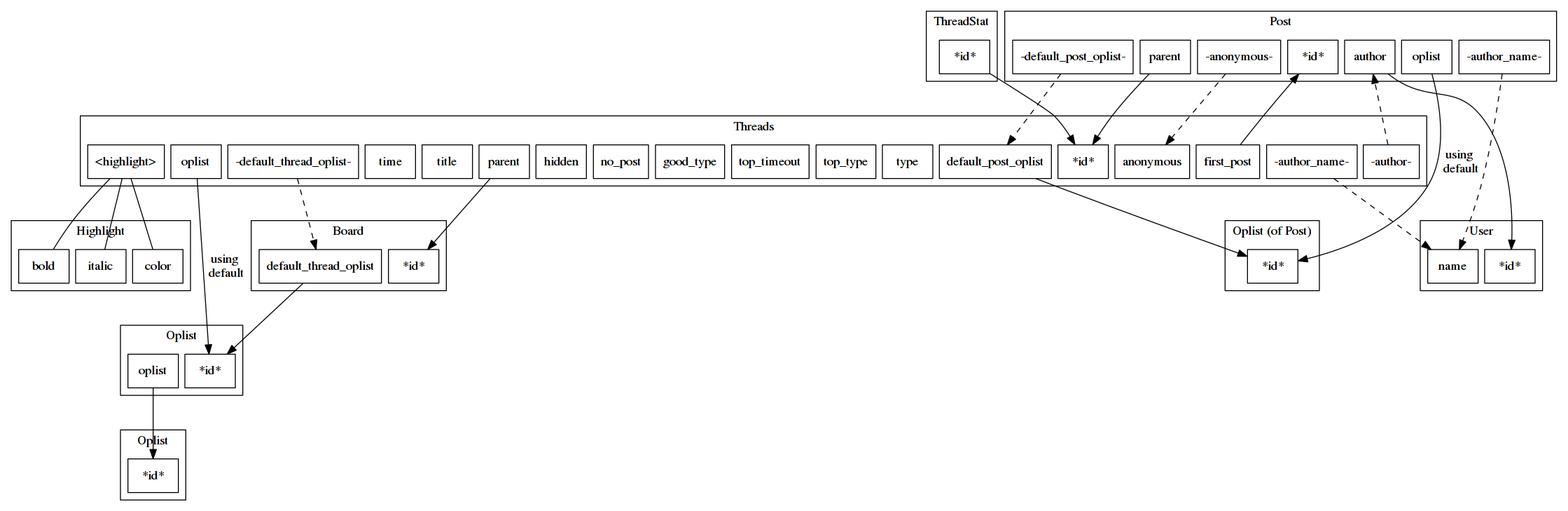
cc98-frontend-development/API keeps this Graphviz diagram as pages/graph/erd/threads.png. Above is the earlier version. Its source is kept beside it as pages/graph/erd/threads.dot. Its diagram source:
```dot
strict digraph g {
	node [ shape = box ];
	nodesep = 0.1;
	ranksep = 1;

	subgraph cluster_thread {
		label = "Threads";
		node_a_thread_id                    [ label = "*id*" ];
		node_a_thread_parent                [ label = "parent" ];
		node_a_thread_oplist                [ label = "oplist" ];
		node_a_thread_default_thread_oplist [ label = "-default_thread_oplist-" ];
		node_a_thread_default_post_oplist   [ label = "default_post_oplist" ];
		node_a_thread_first_post            [ label = "first_post" ];
		node_a_thread_type                  [ label = "type" ];
		node_a_thread_top_type              [ label = "top_type" ];
		node_a_thread_top_timeout           [ label = "top_timeout" ];
		node_a_thread_good_type             [ label = "good_type" ];
		node_a_thread_no_post               [ label = "no_post" ];
		node_a_thread_hidden                [ label = "hidden" ];
		node_a_thread_anonymous             [ label = "anonymous" ];
		node_a_thread_title                 [ label = "title" ];
		node_a_thread_time                  [ label = "time" ];
		node_a_thread_highlight             [ label = "<highlight>" ];
		node_a_thread_author                [ label = "-author-" ];
		node_a_thread_author_name           [ label = "-author_name-" ];
	}

	subgraph cluster_thread_stat {
		label = "ThreadStat";
		node_a_thread_stat_id [ label = "*id*" ];
	}

	subgraph cluster_highlight {
		label = "Highlight"
		node_a_highlight_color  [ label = "color" ];
		node_a_highlight_bold   [ label = "bold" ];
		node_a_highlight_italic [ label = "italic" ];
	}

	subgraph cluster_board {
		label = "Board";
		node_a_board_id [ label = "*id*" ];
		node_a_board_default_thread_oplist [ label = "default_thread_oplist" ];
	}

	subgraph cluster_post {
		label = "Post";
		node_a_post_id                  [ label = "*id*" ];
		node_a_post_parent              [ label = "parent" ];
		node_a_post_oplist              [ label = "oplist" ];
		node_a_post_default_post_oplist [ label = "-default_post_oplist-" ];
		node_a_post_anonymous           [ label = "-anonymous-" ];
		node_a_post_author              [ label = "author" ];
		node_a_post_author_name         [ label = "-author_name-" ];
	}

	subgraph cluster_oplist {
		label = "Oplist";
		node_a_oplist_id     [ label = "*id*" ];
		node_a_oplist_oplist [ label = "oplist" ];
	}

	subgraph cluster_oplist_2 {
		label = "Oplist";
		node_a_oplist_id_2 [ label = "*id*" ];
	}

	subgraph cluster_oplist_3 {
		label = "Oplist (of Post)";
		node_a_oplist_id_3 [ label = "*id*" ];
	}

	subgraph cluster_user {
		label = "User";
		node_a_user_id   [ label = "*id*" ];
		node_a_user_name [ label = "name" ];
	}

	node_a_thread_first_post -> node_a_post_id;
	node_a_thread_parent -> node_a_board_id;
	node_a_thread_oplist -> node_a_oplist_id [ label = "using\n default" ];
	node_a_thread_default_thread_oplist -> node_a_board_default_thread_oplist [ style = dashed ];
	node_a_thread_default_post_oplist -> node_a_oplist_id_3;
	node_a_thread_author -> node_a_post_author [ style = dashed ];
	node_a_thread_author_name -> node_a_user_name [ style = dashed ];

	node_a_thread_highlight -> node_a_highlight_color  [ arrowhead = none ];
	node_a_thread_highlight -> node_a_highlight_bold   [ arrowhead = none ];
	node_a_thread_highlight -> node_a_highlight_italic [ arrowhead = none ];

	node_a_post_parent -> node_a_thread_id;
	node_a_post_anonymous -> node_a_thread_anonymous [style = dashed ];
	node_a_post_oplist -> node_a_oplist_id_3 [ label = "using\n default" ];
	node_a_post_default_post_oplist -> node_a_thread_default_post_oplist [ style = dashed ];

	node_a_oplist_oplist -> node_a_oplist_id_2;

	node_a_post_author -> node_a_user_id;
	node_a_post_author_name -> node_a_user_name     [ style = dashed ];

	node_a_board_default_thread_oplist -> node_a_oplist_id;

	node_a_thread_stat_id -> node_a_thread_id;
}
```
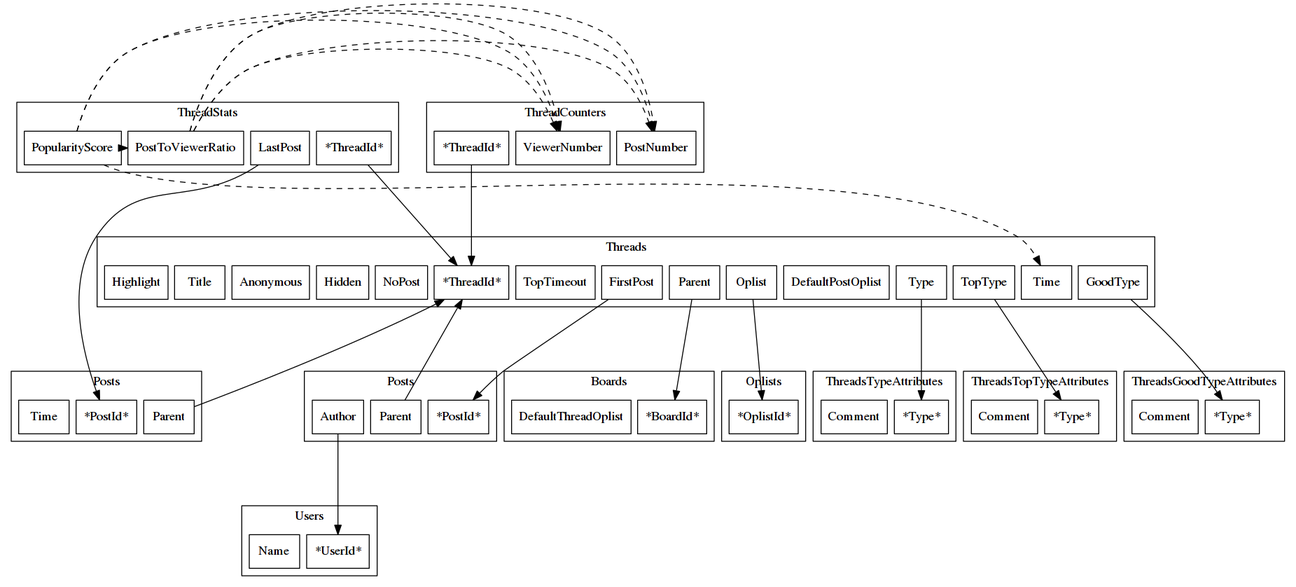
After the change.

Diff of the diagram source:
```diff
@@ -1,104 +1,108 @@
 strict digraph g {
 	node [ shape = box ];
 	nodesep = 0.1;
-	ranksep = 1;
+	ranksep = 1.5;
+
+	subgraph cluster_ts{
+		label = "ThreadStats";
+		node_a_ts_thread_id           [label = "*ThreadId*"];
+		node_a_ts_last_post           [label = "LastPost"];
+		node_a_ts_post_to_viewerRatio [label = "PostToViewerRatio"];
+		node_a_ts_popularity_score    [label = "PopularityScore"];
+	}
+	node_a_ts_thread_id -> node_a_thread_thread_id;
+	node_a_ts_last_post -> node_a_post_last_post_id;
+	node_a_ts_post_to_viewerRatio -> node_a_tc_post_number [ style = dashed, constraint = false ];
+	node_a_ts_post_to_viewerRatio -> node_a_tc_viewer_number [ style = dashed, constraint = false ];
+
+	node_a_ts_popularity_score -> node_a_tc_viewer_number [ style = dashed, constraint = false ];
+	node_a_ts_popularity_score -> node_a_tc_post_number [ style = dashed, constraint = false ];
+	node_a_ts_popularity_score -> node_a_ts_post_to_viewerRatio [ style = dashed, constraint = false ];
+	node_a_ts_popularity_score -> node_a_thread_time [ style = dashed, constraint = false ];
+
+	subgraph cluster_post_last{
+		label = "Posts";
+		node_a_post_last_post_id     [label = "*PostId*"];
+		node_a_post_last_post_parent [label = "Parent"];
+		node_a_post_last_post_time   [label = "Time"];
+	}
+	node_a_thread_thread_id -> node_a_post_last_post_parent [ dir = back ];
+
+	subgraph cluster_tc{
+		label = "ThreadCounters";
+		node_a_tc_thread_id           [label = "*ThreadId*"];
+		node_a_tc_post_number         [label = "PostNumber"];
+		node_a_tc_viewer_number       [label = "ViewerNumber"];
+	}
+	node_a_tc_thread_id -> node_a_thread_thread_id;
+
+	subgraph cluster_tta{
+		label = "ThreadsTypeAttributes";
+		node_a_tta_type    [label = "*Type*"];
+		node_a_tta_comment [label = "Comment"];
+	};
+
+	subgraph cluster_ttta{
+		label = "ThreadsTopTypeAttributes";
+		node_a_ttta_type    [label = "*Type*"];
+		node_a_ttta_comment [label = "Comment"];
+	};
+
+	subgraph cluster_gta{
+		label = "ThreadsGoodTypeAttributes";
+		node_a_gta_type    [label = "*Type*"];
+		node_a_gta_comment [label = "Comment"];
+	};
 
 	subgraph cluster_thread {
 		label = "Threads";
-		node_a_thread_id                    [ label = "*id*" ];
-		node_a_thread_parent                [ label = "parent" ];
-		node_a_thread_oplist                [ label = "oplist" ];
-		node_a_thread_default_thread_oplist [ label = "-default_thread_oplist-" ];
-		node_a_thread_default_post_oplist   [ label = "default_post_oplist" ];
-		node_a_thread_first_post            [ label = "first_post" ];
-		node_a_thread_type                  [ label = "type" ];
-		node_a_thread_top_type              [ label = "top_type" ];
-		node_a_thread_top_timeout           [ label = "top_timeout" ];
-		node_a_thread_good_type             [ label = "good_type" ];
-		node_a_thread_no_post               [ label = "no_post" ];
-		node_a_thread_hidden                [ label = "hidden" ];
-		node_a_thread_anonymous             [ label = "anonymous" ];
-		node_a_thread_title                 [ label = "title" ];
-		node_a_thread_time                  [ label = "time" ];
-		node_a_thread_highlight             [ label = "<highlight>" ];
-		node_a_thread_author                [ label = "-author-" ];
-		node_a_thread_author_name           [ label = "-author_name-" ];
+		node_a_thread_thread_id             [ label = "*ThreadId*" ];
+		node_a_thread_parent                [ label = "Parent" ];
+		node_a_thread_oplist                [ label = "Oplist" ];
+		node_a_thread_default_post_oplist   [ label = "DefaultPostOplist" ];
+		node_a_thread_first_post            [ label = "FirstPost" ];
+		node_a_thread_type                  [ label = "Type" ];
+		node_a_thread_top_type              [ label = "TopType" ];
+		node_a_thread_top_timeout           [ label = "TopTimeout" ];
+		node_a_thread_good_type             [ label = "GoodType" ];
+		node_a_thread_no_post               [ label = "NoPost" ];
+		node_a_thread_anonymous             [ label = "Anonymous" ];
+		node_a_thread_title                 [ label = "Title" ];
+		node_a_thread_time                  [ label = "Time" ];
+		node_a_thread_highlight             [ label = "Highlight" ];
+	}
+	node_a_thread_parent -> node_a_board_board_id;
+	node_a_thread_oplist -> node_a_oplist_oplist_id;
+	node_a_thread_first_post -> node_a_post_first_post_id;
+	node_a_thread_type -> node_a_tta_type;
+	node_a_thread_top_type -> node_a_ttta_type;
+	node_a_thread_good_type -> node_a_gta_type;
+
+	subgraph cluster_post_first{
+		label = "Posts";
+		node_a_post_first_post_id     [label = "*PostId*"];
+		node_a_post_first_post_parent [label = "Parent"];
+		node_a_post_first_post_author [label = "Author"];
 	}
 
-	subgraph cluster_thread_stat {
-		label = "ThreadStat";
-		node_a_thread_stat_id [ label = "*id*" ];
-	}
-
-	subgraph cluster_highlight {
-		label = "Highlight"
-		node_a_highlight_color  [ label = "color" ];
-		node_a_highlight_bold   [ label = "bold" ];
-		node_a_highlight_italic [ label = "italic" ];
-	}
+	node_a_thread_thread_id -> node_a_post_first_post_parent [ dir = back ];
+	node_a_post_first_post_author -> node_a_user_user_id;
 
 	subgraph cluster_board {
-		label = "Board";
-		node_a_board_id [ label = "*id*" ];
-		node_a_board_default_thread_oplist [ label = "default_thread_oplist" ];
-	}
-
-	subgraph cluster_post {
-		label = "Post";
-		node_a_post_id                  [ label = "*id*" ];
-		node_a_post_parent              [ label = "parent" ];
-		node_a_post_oplist              [ label = "oplist" ];
-		node_a_post_default_post_oplist [ label = "-default_post_oplist-" ];
-		node_a_post_anonymous           [ label = "-anonymous-" ];
-		node_a_post_author              [ label = "author" ];
-		node_a_post_author_name         [ label = "-author_name-" ];
+		label = "Boards";
+		node_a_board_board_id [ label = "*BoardId*" ];
+		node_a_board_default_thread_oplist [ label = "DefaultThreadOplist" ];
 	}
 
 	subgraph cluster_oplist {
-		label = "Oplist";
-		node_a_oplist_id     [ label = "*id*" ];
-		node_a_oplist_oplist [ label = "oplist" ];
-	}
-
-	subgraph cluster_oplist_2 {
-		label = "Oplist";
-		node_a_oplist_id_2 [ label = "*id*" ];
-	}
-
-	subgraph cluster_oplist_3 {
-		label = "Oplist (of Post)";
-		node_a_oplist_id_3 [ label = "*id*" ];
+		label = "Oplists";
+		node_a_oplist_oplist_id     [ label = "*OplistId*" ];
 	}
 
 	subgraph cluster_user {
-		label = "User";
-		node_a_user_id   [ label = "*id*" ];
-		node_a_user_name [ label = "name" ];
+		label = "Users";
+		node_a_user_user_id [ label = "*UserId*" ];
+		node_a_user_name    [ label = "Name" ];
 	}
 
-	node_a_thread_first_post -> node_a_post_id;
-	node_a_thread_parent -> node_a_board_id;
-	node_a_thread_oplist -> node_a_oplist_id [ label = "using\n default" ];
-	node_a_thread_default_thread_oplist -> node_a_board_default_thread_oplist [ style = dashed ];
-	node_a_thread_default_post_oplist -> node_a_oplist_id_3;
-	node_a_thread_author -> node_a_post_author [ style = dashed ];
-	node_a_thread_author_name -> node_a_user_name [ style = dashed ];
-
-	node_a_thread_highlight -> node_a_highlight_color  [ arrowhead = none ];
-	node_a_thread_highlight -> node_a_highlight_bold   [ arrowhead = none ];
-	node_a_thread_highlight -> node_a_highlight_italic [ arrowhead = none ];
-
-	node_a_post_parent -> node_a_thread_id;
-	node_a_post_anonymous -> node_a_thread_anonymous [style = dashed ];
-	node_a_post_oplist -> node_a_oplist_id_3 [ label = "using\n default" ];
-	node_a_post_default_post_oplist -> node_a_thread_default_post_oplist [ style = dashed ];
-
-	node_a_oplist_oplist -> node_a_oplist_id_2;
-
-	node_a_post_author -> node_a_user_id;
-	node_a_post_author_name -> node_a_user_name     [ style = dashed ];
-
-	node_a_board_default_thread_oplist -> node_a_oplist_id;
-
-	node_a_thread_stat_id -> node_a_thread_id;
 }
```
